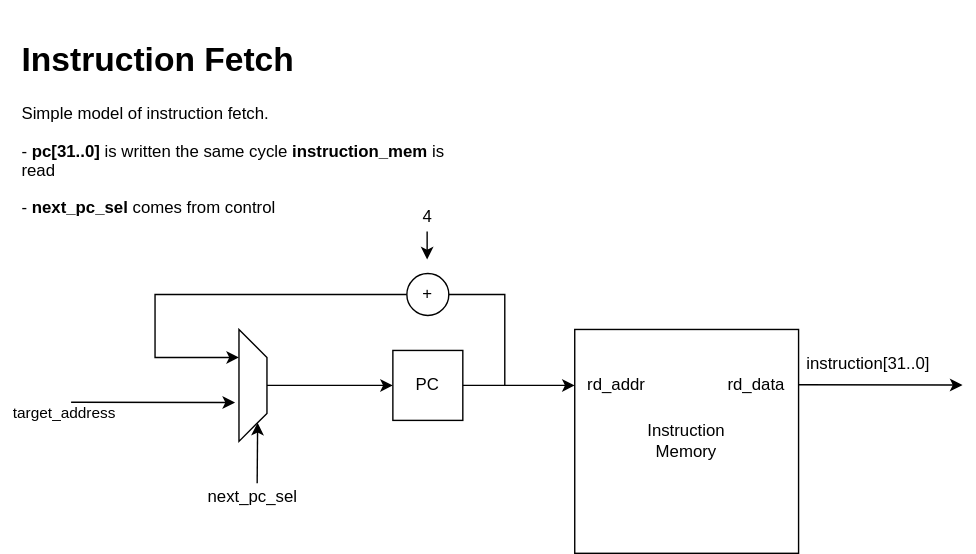
The draw.io diagram docs/uarch/S1/riscv-dev-core-s1-IF.drawio.svg in saw235/riscv-core-dev, before a commit. Source tidied: cells renumbered, new cells last; positions are measured from the earlier drawing's top-left corner, leaving out a move shared by most shapes. Its diagram source:
```xml
<mxGraphModel>
  <root>
    <mxCell id="0" />
    <mxCell id="1" parent="0" />
    <mxCell id="2" style="edgeStyle=orthogonalEdgeStyle;rounded=0;jettySize=auto;html=1;" parent="1" edge="1" source="3">
      <mxGeometry relative="1" as="geometry">
        <mxPoint x="410" y="260" as="targetPoint" />
      </mxGeometry>
    </mxCell>
    <mxCell id="3" value="PC" style="whiteSpace=wrap;html=1;" parent="1" vertex="1">
      <mxGeometry x="280" y="235" width="50" height="50" as="geometry" />
    </mxCell>
    <mxCell id="4" style="edgeStyle=orthogonalEdgeStyle;rounded=0;jettySize=auto;html=1;exitX=0;exitY=0.5;exitDx=0;exitDy=0;entryX=0.25;entryY=1;entryDx=0;entryDy=0;" parent="1" edge="1" source="5" target="9">
      <mxGeometry relative="1" as="geometry">
        <Array as="points">
          <mxPoint x="110" y="195" />
          <mxPoint x="110" y="240" />
        </Array>
      </mxGeometry>
    </mxCell>
    <mxCell id="5" value="+" style="ellipse;whiteSpace=wrap;html=1;" parent="1" vertex="1">
      <mxGeometry x="290" y="180" width="30" height="30" as="geometry" />
    </mxCell>
    <mxCell id="6" style="endArrow=none;html=1;entryX=1;entryY=0.5;entryDx=0;entryDy=0;rounded=0;" parent="1" edge="1" target="5">
      <mxGeometry relative="1" as="geometry">
        <mxPoint x="360" y="260" as="sourcePoint" />
        <Array as="points">
          <mxPoint x="360" y="195" />
        </Array>
      </mxGeometry>
    </mxCell>
    <mxCell id="7" style="endArrow=classic;html=1;" parent="1" edge="1">
      <mxGeometry relative="1" as="geometry">
        <mxPoint x="304.5" y="150" as="sourcePoint" />
        <mxPoint x="304.5" y="170" as="targetPoint" />
      </mxGeometry>
    </mxCell>
    <mxCell id="8" style="edgeStyle=orthogonalEdgeStyle;rounded=0;jettySize=auto;html=1;exitX=0.5;exitY=0;exitDx=0;exitDy=0;" parent="1" edge="1" source="9" target="3">
      <mxGeometry relative="1" as="geometry" />
    </mxCell>
    <mxCell id="9" style="shape=trapezoid;perimeter=trapezoidPerimeter;whiteSpace=wrap;html=1;fixedSize=1;rotation=90;" parent="1" vertex="1">
      <mxGeometry x="140" y="250" width="80" height="20" as="geometry" />
    </mxCell>
    <mxCell id="10" value="Instruction &lt;br&gt;Memory" style="whiteSpace=wrap;html=1;" parent="1" vertex="1">
      <mxGeometry x="410" y="220" width="160" height="160" as="geometry" />
    </mxCell>
    <mxCell id="11" value="4" style="text;html=1;strokeColor=none;fillColor=none;align=center;verticalAlign=middle;whiteSpace=wrap;rounded=0;" parent="1" vertex="1">
      <mxGeometry x="285" y="130" width="40" height="20" as="geometry" />
    </mxCell>
    <mxCell id="12" style="endArrow=classic;html=1;entryX=0.653;entryY=1.14;entryDx=0;entryDy=0;entryPerimeter=0;" parent="1" edge="1" target="9">
      <mxGeometry relative="1" as="geometry">
        <mxPoint x="50" y="272" as="sourcePoint" />
      </mxGeometry>
    </mxCell>
    <mxCell id="13" value="rd_addr" style="text;html=1;strokeColor=none;fillColor=none;align=center;verticalAlign=middle;whiteSpace=wrap;rounded=0;" parent="1" vertex="1">
      <mxGeometry x="420" y="250" width="40" height="20" as="geometry" />
    </mxCell>
    <mxCell id="14" value="rd_data" style="text;html=1;strokeColor=none;fillColor=none;align=center;verticalAlign=middle;whiteSpace=wrap;rounded=0;" parent="1" vertex="1">
      <mxGeometry x="520" y="250" width="40" height="20" as="geometry" />
    </mxCell>
    <mxCell id="15" style="endArrow=classic;html=1;entryX=0.653;entryY=1.14;entryDx=0;entryDy=0;entryPerimeter=0;" parent="1" edge="1">
      <mxGeometry relative="1" as="geometry">
        <mxPoint x="570" y="259.5" as="sourcePoint" />
        <mxPoint x="687.2" y="259.7" as="targetPoint" />
      </mxGeometry>
    </mxCell>
    <mxCell id="16" value="instruction[31..0]" style="text;html=1;strokeColor=none;fillColor=none;align=center;verticalAlign=middle;whiteSpace=wrap;rounded=0;" parent="1" vertex="1">
      <mxGeometry x="600" y="235" width="40" height="20" as="geometry" />
    </mxCell>
    <mxCell id="17" style="endArrow=classic;html=1;entryX=1;entryY=0.25;entryDx=0;entryDy=0;" parent="1" edge="1" target="9">
      <mxGeometry relative="1" as="geometry">
        <mxPoint x="183" y="330" as="sourcePoint" />
      </mxGeometry>
    </mxCell>
    <mxCell id="18" value="next_pc_sel" style="text;html=1;strokeColor=none;fillColor=none;align=center;verticalAlign=middle;whiteSpace=wrap;rounded=0;" parent="1" vertex="1">
      <mxGeometry x="130" y="330" width="100" height="20" as="geometry" />
    </mxCell>
    <mxCell id="19" value="&lt;h1&gt;Instruction Fetch&lt;/h1&gt;&lt;p&gt;Simple model of instruction fetch.&lt;/p&gt;&lt;p&gt;- &lt;b&gt;pc[31..0] &lt;/b&gt;is written the same cycle &lt;b&gt;instruction_mem&lt;/b&gt; is read&amp;nbsp;&lt;/p&gt;&lt;p&gt;- &lt;b&gt;next_pc_sel &lt;/b&gt;comes from control&lt;/p&gt;" style="text;html=1;strokeColor=none;fillColor=none;spacing=5;spacingTop=-20;whiteSpace=wrap;overflow=hidden;rounded=0;verticalAlign=middle;" parent="1" vertex="1">
      <mxGeometry x="10" width="330" height="170" as="geometry" />
    </mxCell>
    <mxCell id="20" value="target_address&lt;br&gt;" style="text;html=1;align=center;verticalAlign=middle;strokeColor=none;fontSize=11;" parent="1" vertex="1">
      <mxGeometry y="270" width="90" height="20" as="geometry" />
    </mxCell>
  </root>
</mxGraphModel>
```
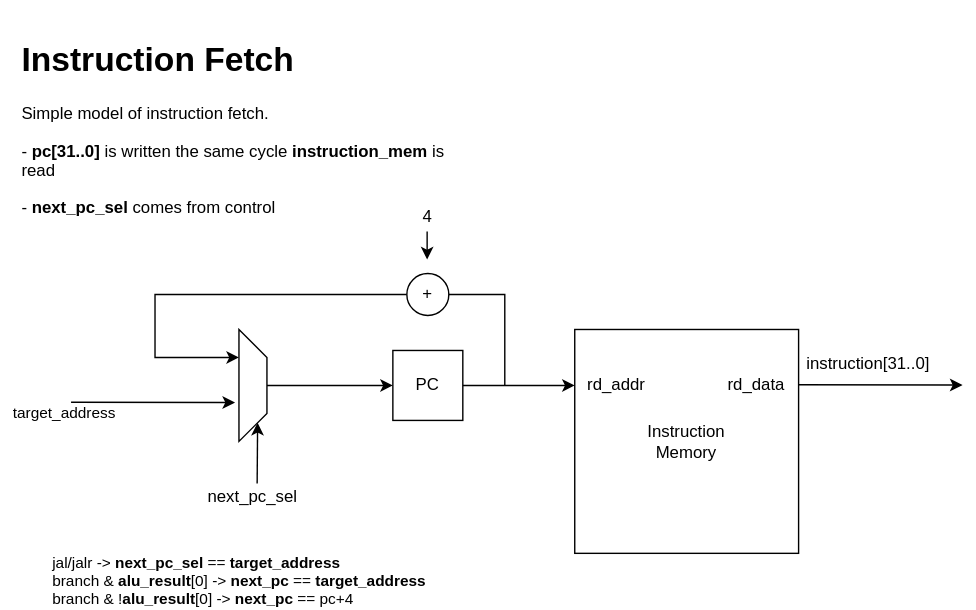
Later version of the same file.

The edit, as a diff of the source:
```diff
@@ -81,5 +81,8 @@
     <mxCell id="20" value="target_address&lt;br&gt;" style="text;html=1;align=center;verticalAlign=middle;strokeColor=none;fontSize=11;" parent="1" vertex="1">
       <mxGeometry y="270" width="90" height="20" as="geometry" />
     </mxCell>
+    <mxCell id="21" value="jal/jalr -&amp;gt;&lt;b&gt; next_pc_sel &lt;/b&gt;== &lt;b&gt;target_address&lt;/b&gt;&lt;br&gt;branch &amp;amp; &lt;b&gt;alu_result&lt;/b&gt;[0] -&amp;gt; &lt;b&gt;next_pc&lt;/b&gt;&amp;nbsp;== &lt;b&gt;target_address&lt;/b&gt;&lt;br&gt;branch &amp;amp; !&lt;b&gt;alu_result&lt;/b&gt;[0] -&amp;gt; &lt;b&gt;next_pc&lt;/b&gt;&amp;nbsp;== pc+4" style="text;html=1;align=left;verticalAlign=middle;strokeColor=none;fontSize=11;" parent="1" vertex="1">
+      <mxGeometry x="35" y="380" width="280" height="40" as="geometry" />
+    </mxCell>
   </root>
 </mxGraphModel>
```
